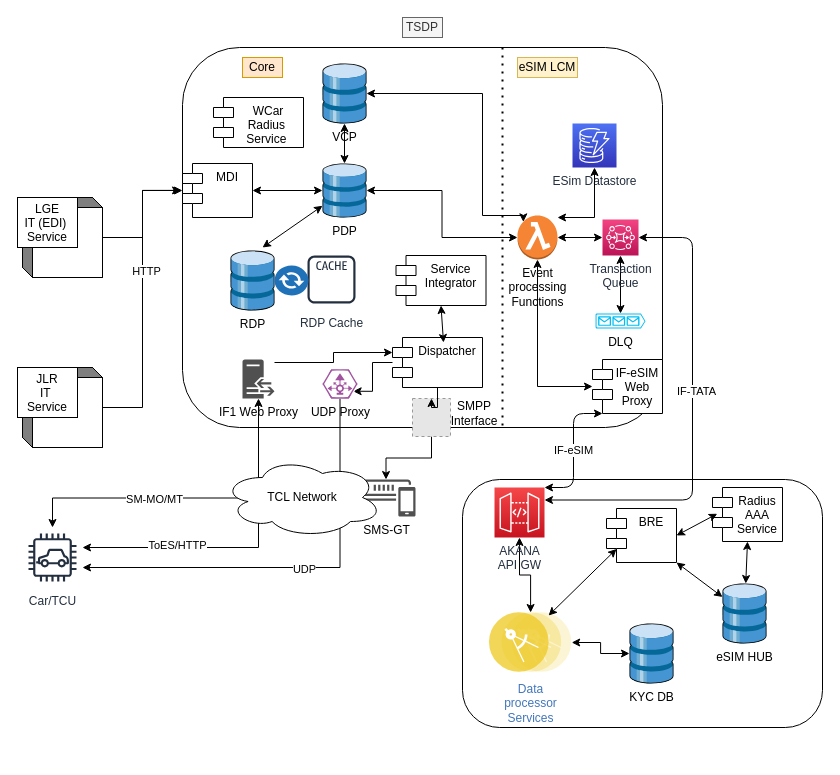
This is page "Overall eSIM System Interactions" (1 of 4) of src/main/resources/VDC_eSIM_dataflow_WC_TCL.drawio from subhachat/CodeKata, a draw.io file, before an edit. Source tidied: cells renumbered, new cells numbered last; positions are measured from the earlier drawing's top-left corner, leaving out a move shared by most shapes. Both pictures are drawn from the tidied source at 100%, with x=0, y=0 at pixel (22, 17). Pictures stored in the file or linked from it are replaced by grey dashed boxes.
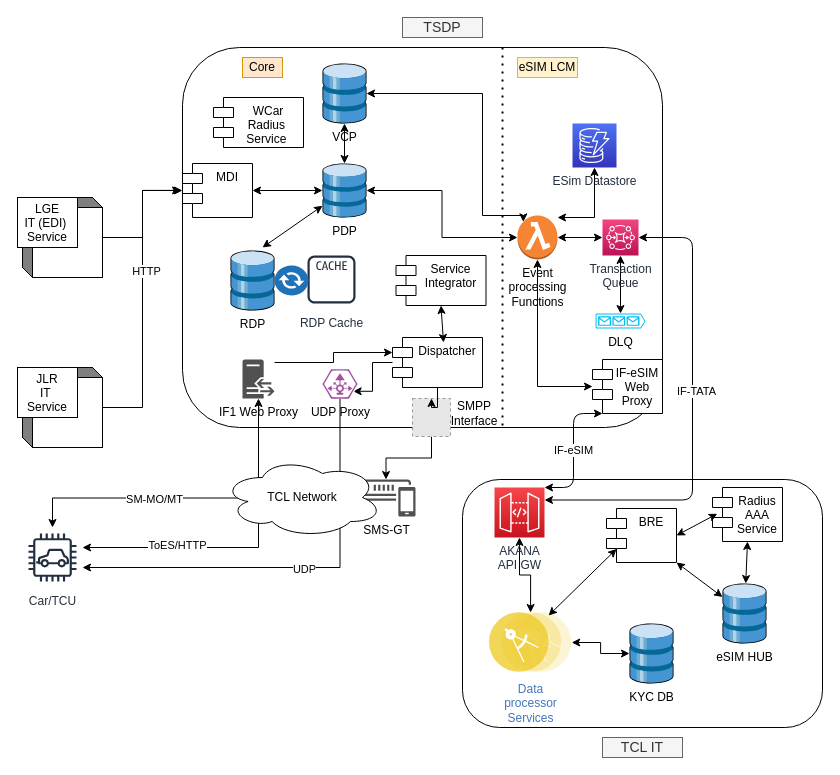
The same page after the edit.

What changed in the source:
```diff
@@
-    <mxCell id="13" value="TSDP" style="text;html=1;strokeColor=#666666;fillColor=#f5f5f5;align=center;verticalAlign=middle;whiteSpace=wrap;rounded=0;fontColor=#333333;" parent="1" vertex="1">
-      <mxGeometry x="380" width="40" height="20" as="geometry" />
+    <mxCell id="13" value="TSDP" style="text;html=1;strokeColor=#666666;fillColor=#f5f5f5;align=center;verticalAlign=middle;whiteSpace=wrap;rounded=0;fontColor=#333333;fontSize=14;" parent="1" vertex="1">
+      <mxGeometry x="380" width="80" height="20" as="geometry" />
     </mxCell>
@@
+    <mxCell id="71" value="TCL IT" style="text;html=1;strokeColor=#666666;fillColor=#f5f5f5;align=center;verticalAlign=middle;whiteSpace=wrap;rounded=0;fontColor=#333333;fontSize=14;" parent="1" vertex="1">
+      <mxGeometry x="580" y="720" width="80" height="20" as="geometry" />
+    </mxCell>
```
